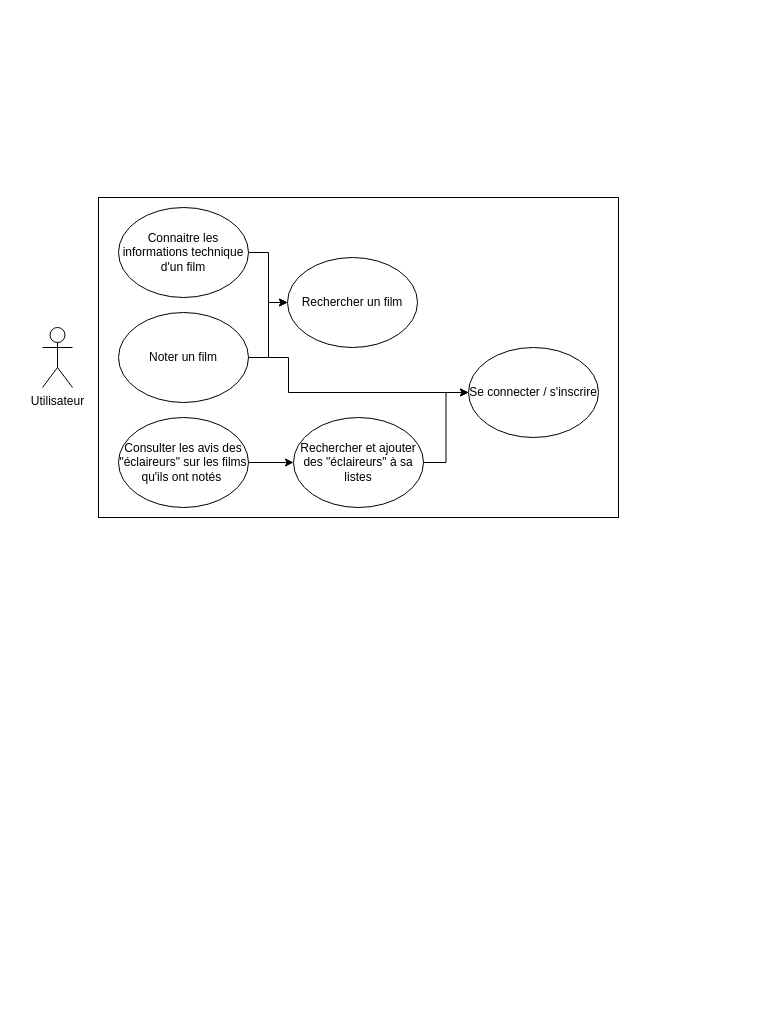
This is doc/Diagramme sans nom.drawio from leolrl/Projet2A, a draw.io file, before an edit. Source tidied: cells renumbered, new cells numbered last; positions are measured from the earlier drawing's top-left corner, leaving out a move shared by most shapes. Both pictures are drawn from the tidied source at 100%, with x=0, y=0 at pixel (42, 197).
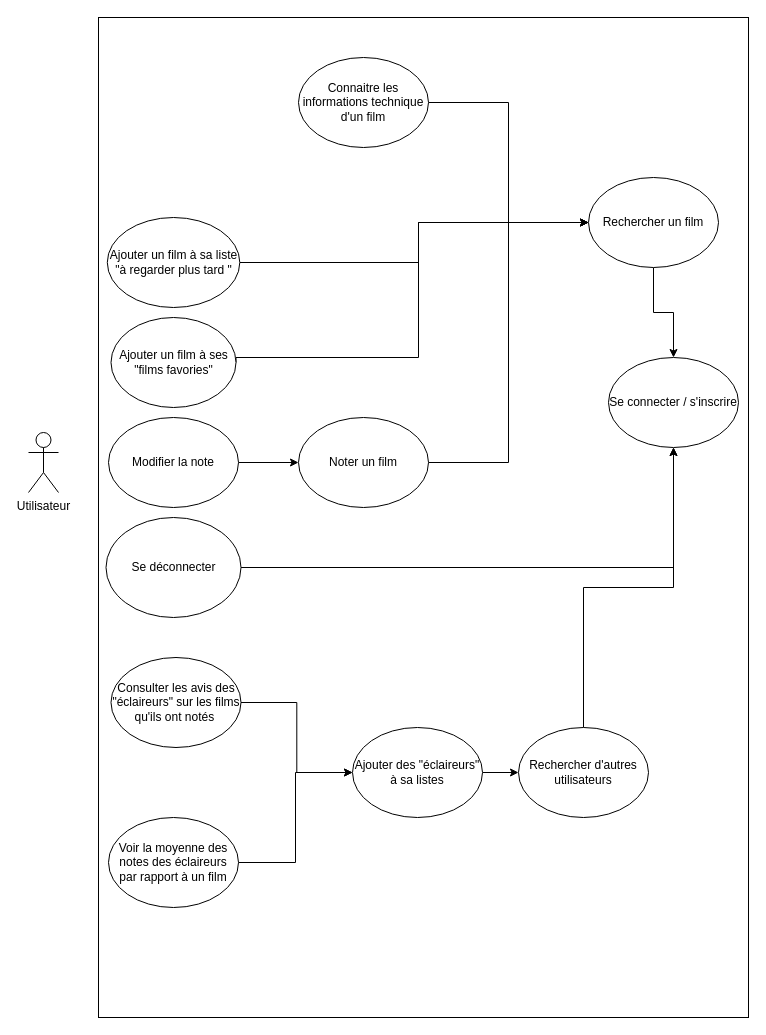
The same page after the edit.

Commit message:
Mettre à jour Diagramme sans nom.drawio

What changed in the source:
```diff
@@
     <mxCell id="2" value="Utilisateur" style="shape=umlActor;verticalLabelPosition=bottom;verticalAlign=top;html=1;" parent="1" vertex="1">
-      <mxGeometry y="130" width="30" height="60" as="geometry" />
+      <mxGeometry x="-14" y="235" width="30" height="60" as="geometry" />
     </mxCell>
     <mxCell id="3" style="rounded=0;whiteSpace=wrap;html=1;" parent="1" vertex="1">
-      <mxGeometry x="56" width="520" height="320" as="geometry" />
+      <mxGeometry x="56" y="-180" width="650" height="1000" as="geometry" />
     </mxCell>
@@
     <mxCell id="5" value="Connaitre les informations technique d'un film" style="ellipse;whiteSpace=wrap;html=1;" parent="1" vertex="1">
-      <mxGeometry x="76" y="10" width="130" height="90" as="geometry" />
+      <mxGeometry x="256" y="-140" width="130" height="90" as="geometry" />
     </mxCell>
-    <mxCell id="6" style="edgeStyle=orthogonalEdgeStyle;rounded=0;jettySize=auto;html=1;exitX=1;exitY=0.5;exitDx=0;exitDy=0;entryX=0;entryY=0.5;entryDx=0;entryDy=0;" parent="1" edge="1" source="8" target="11">
+    <mxCell id="6" style="edgeStyle=orthogonalEdgeStyle;rounded=0;jettySize=auto;html=1;entryX=0;entryY=0.5;entryDx=0;entryDy=0;" parent="1" edge="1" source="8" target="11">
       <mxGeometry relative="1" as="geometry" />
     </mxCell>
-    <mxCell id="7" style="edgeStyle=orthogonalEdgeStyle;rounded=0;jettySize=auto;html=1;exitX=1;exitY=0.5;exitDx=0;exitDy=0;entryX=0;entryY=0.5;entryDx=0;entryDy=0;" parent="1" edge="1" source="8" target="12">
-      <mxGeometry relative="1" as="geometry">
-        <Array as="points">
-          <mxPoint x="246" y="160" />
-          <mxPoint x="246" y="195" />
-        </Array>
-      </mxGeometry>
-    </mxCell>
     <mxCell id="8" value="Noter un film" style="ellipse;whiteSpace=wrap;html=1;" parent="1" vertex="1">
-      <mxGeometry x="76" y="115" width="130" height="90" as="geometry" />
+      <mxGeometry x="256" y="220" width="130" height="90" as="geometry" />
     </mxCell>
@@
     <mxCell id="10" value="Consulter les avis des &quot;éclaireurs&quot; sur les films qu'ils ont notés&amp;nbsp;" style="ellipse;whiteSpace=wrap;html=1;" parent="1" vertex="1">
-      <mxGeometry x="76" y="220" width="130" height="90" as="geometry" />
+      <mxGeometry x="68.5" y="460" width="130" height="90" as="geometry" />
     </mxCell>
+    <mxCell id="15" style="edgeStyle=orthogonalEdgeStyle;rounded=0;jettySize=auto;html=1;" parent="1" edge="1" source="11" target="12">
+      <mxGeometry relative="1" as="geometry" />
+    </mxCell>
     <mxCell id="11" value="Rechercher un film" style="ellipse;whiteSpace=wrap;html=1;" parent="1" vertex="1">
-      <mxGeometry x="245" y="60" width="130" height="90" as="geometry" />
+      <mxGeometry x="546" y="-20" width="130" height="90" as="geometry" />
     </mxCell>
     <mxCell id="12" value="Se connecter / s'inscrire" style="ellipse;whiteSpace=wrap;html=1;" parent="1" vertex="1">
-      <mxGeometry x="426" y="150" width="130" height="90" as="geometry" />
+      <mxGeometry x="566" y="160" width="130" height="90" as="geometry" />
     </mxCell>
-    <mxCell id="13" style="edgeStyle=orthogonalEdgeStyle;rounded=0;jettySize=auto;html=1;exitX=1;exitY=0.5;exitDx=0;exitDy=0;entryX=0;entryY=0.5;entryDx=0;entryDy=0;" parent="1" edge="1" source="14" target="12">
-      <mxGeometry relative="1" as="geometry" />
-    </mxCell>
+    <mxCell id="16" style="edgeStyle=orthogonalEdgeStyle;rounded=0;jettySize=auto;html=1;" parent="1" edge="1" source="14" target="24">
+      <mxGeometry relative="1" as="geometry" />
+    </mxCell>
-    <mxCell id="14" value="Rechercher et ajouter des &quot;éclaireurs&quot; à sa listes" style="ellipse;whiteSpace=wrap;html=1;" parent="1" vertex="1">
-      <mxGeometry x="251" y="220" width="130" height="90" as="geometry" />
+    <mxCell id="14" value="Ajouter des &quot;éclaireurs&quot; à sa listes" style="ellipse;whiteSpace=wrap;html=1;" parent="1" vertex="1">
+      <mxGeometry x="310" y="530" width="130" height="90" as="geometry" />
     </mxCell>
+    <mxCell id="17" style="edgeStyle=orthogonalEdgeStyle;rounded=0;jettySize=auto;html=1;entryX=0;entryY=0.5;entryDx=0;entryDy=0;" parent="1" edge="1" source="18" target="14">
+      <mxGeometry relative="1" as="geometry" />
+    </mxCell>
+    <mxCell id="18" value="Voir la moyenne des notes des éclaireurs par rapport à un film" style="ellipse;whiteSpace=wrap;html=1;" parent="1" vertex="1">
+      <mxGeometry x="66" y="620" width="130" height="90" as="geometry" />
+    </mxCell>
+    <mxCell id="19" style="edgeStyle=orthogonalEdgeStyle;rounded=0;jettySize=auto;html=1;entryX=0;entryY=0.5;entryDx=0;entryDy=0;" parent="1" edge="1" source="20" target="8">
+      <mxGeometry relative="1" as="geometry" />
+    </mxCell>
+    <mxCell id="20" value="Modifier la note" style="ellipse;whiteSpace=wrap;html=1;" parent="1" vertex="1">
+      <mxGeometry x="66" y="220" width="130" height="90" as="geometry" />
+    </mxCell>
+    <mxCell id="21" style="edgeStyle=orthogonalEdgeStyle;rounded=0;jettySize=auto;html=1;entryX=0;entryY=0.5;entryDx=0;entryDy=0;exitX=1;exitY=0.5;exitDx=0;exitDy=0;" parent="1" edge="1" source="22" target="11">
+      <mxGeometry relative="1" as="geometry">
+        <Array as="points">
+          <mxPoint x="194" y="160" />
+          <mxPoint x="376" y="160" />
+          <mxPoint x="376" y="25" />
+        </Array>
+      </mxGeometry>
+    </mxCell>
+    <mxCell id="22" value="Ajouter un film à ses &quot;films favories&quot;" style="ellipse;whiteSpace=wrap;html=1;" parent="1" vertex="1">
+      <mxGeometry x="68.5" y="120" width="125" height="90" as="geometry" />
+    </mxCell>
+    <mxCell id="23" style="edgeStyle=orthogonalEdgeStyle;rounded=0;jettySize=auto;html=1;entryX=0.5;entryY=1;entryDx=0;entryDy=0;" parent="1" edge="1" source="24" target="12">
+      <mxGeometry relative="1" as="geometry" />
+    </mxCell>
+    <mxCell id="24" value="Rechercher d'autres utilisateurs" style="ellipse;whiteSpace=wrap;html=1;" parent="1" vertex="1">
+      <mxGeometry x="476" y="530" width="130" height="90" as="geometry" />
+    </mxCell>
+    <mxCell id="25" style="edgeStyle=orthogonalEdgeStyle;rounded=0;jettySize=auto;html=1;entryX=0.5;entryY=1;entryDx=0;entryDy=0;" parent="1" edge="1" source="26" target="12">
+      <mxGeometry relative="1" as="geometry" />
+    </mxCell>
+    <mxCell id="26" value="Se déconnecter" style="ellipse;whiteSpace=wrap;html=1;" parent="1" vertex="1">
+      <mxGeometry x="63.5" y="320" width="135" height="100" as="geometry" />
+    </mxCell>
+    <mxCell id="27" style="edgeStyle=orthogonalEdgeStyle;rounded=0;jettySize=auto;html=1;entryX=0;entryY=0.5;entryDx=0;entryDy=0;" parent="1" edge="1" source="28" target="11">
+      <mxGeometry relative="1" as="geometry">
+        <Array as="points">
+          <mxPoint x="376" y="65" />
+          <mxPoint x="376" y="25" />
+        </Array>
+      </mxGeometry>
+    </mxCell>
+    <mxCell id="28" value="Ajouter un film à sa liste &quot;à regarder plus tard &quot;" style="ellipse;whiteSpace=wrap;html=1;" parent="1" vertex="1">
+      <mxGeometry x="64.8" y="20" width="132.5" height="90" as="geometry" />
+    </mxCell>
```
